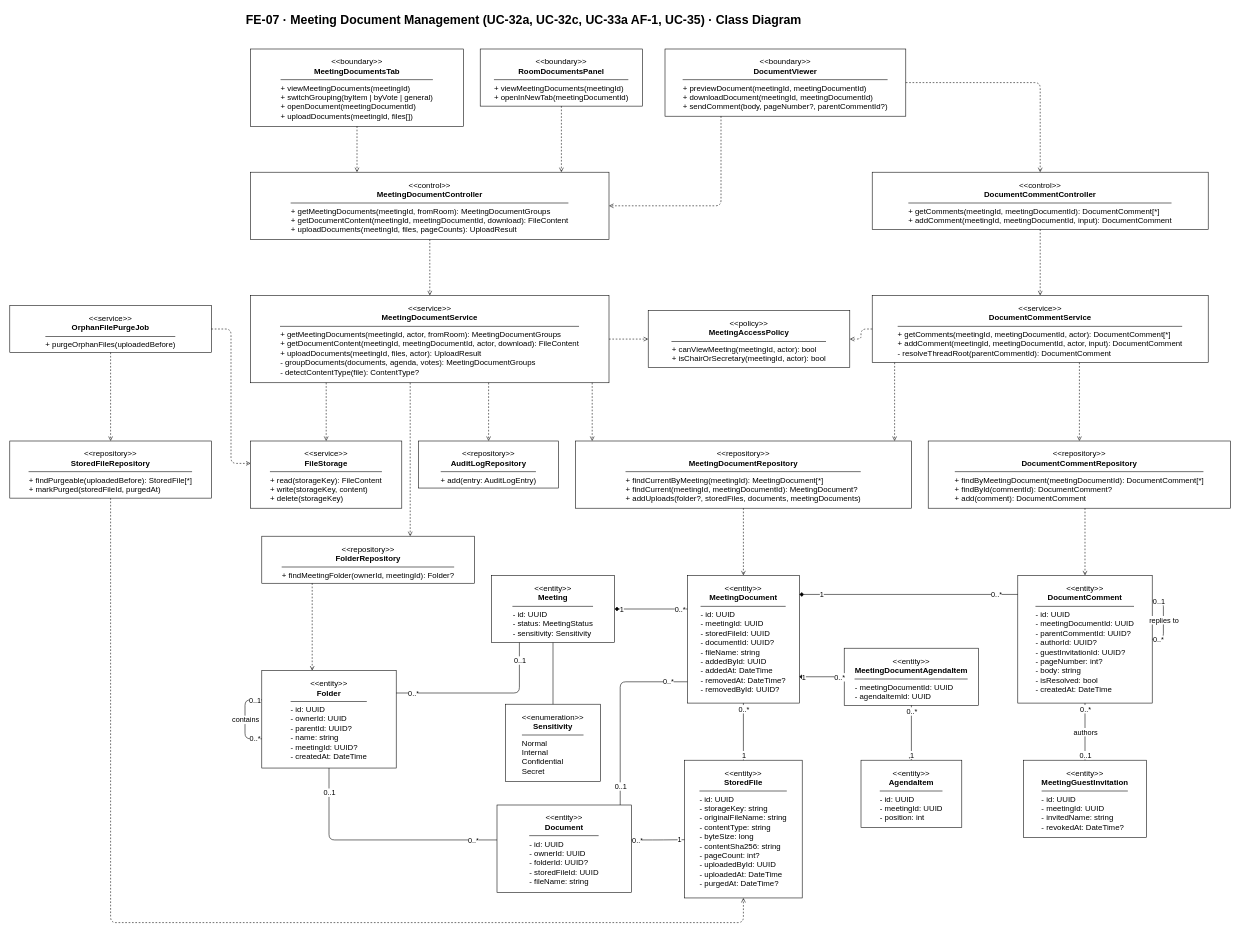
Earlier version of the draw.io diagram docs/07-classdiagram/feature-07-document-management-class-diagram.drawio (callmehai/FU-FA26-G116). Source tidied: cells renumbered, new cells numbered last; positions are measured from the earlier drawing's top-left corner, leaving out a move shared by most shapes. Both pictures are drawn from the tidied source at 56%, with x=0, y=0 at pixel (10, 10).
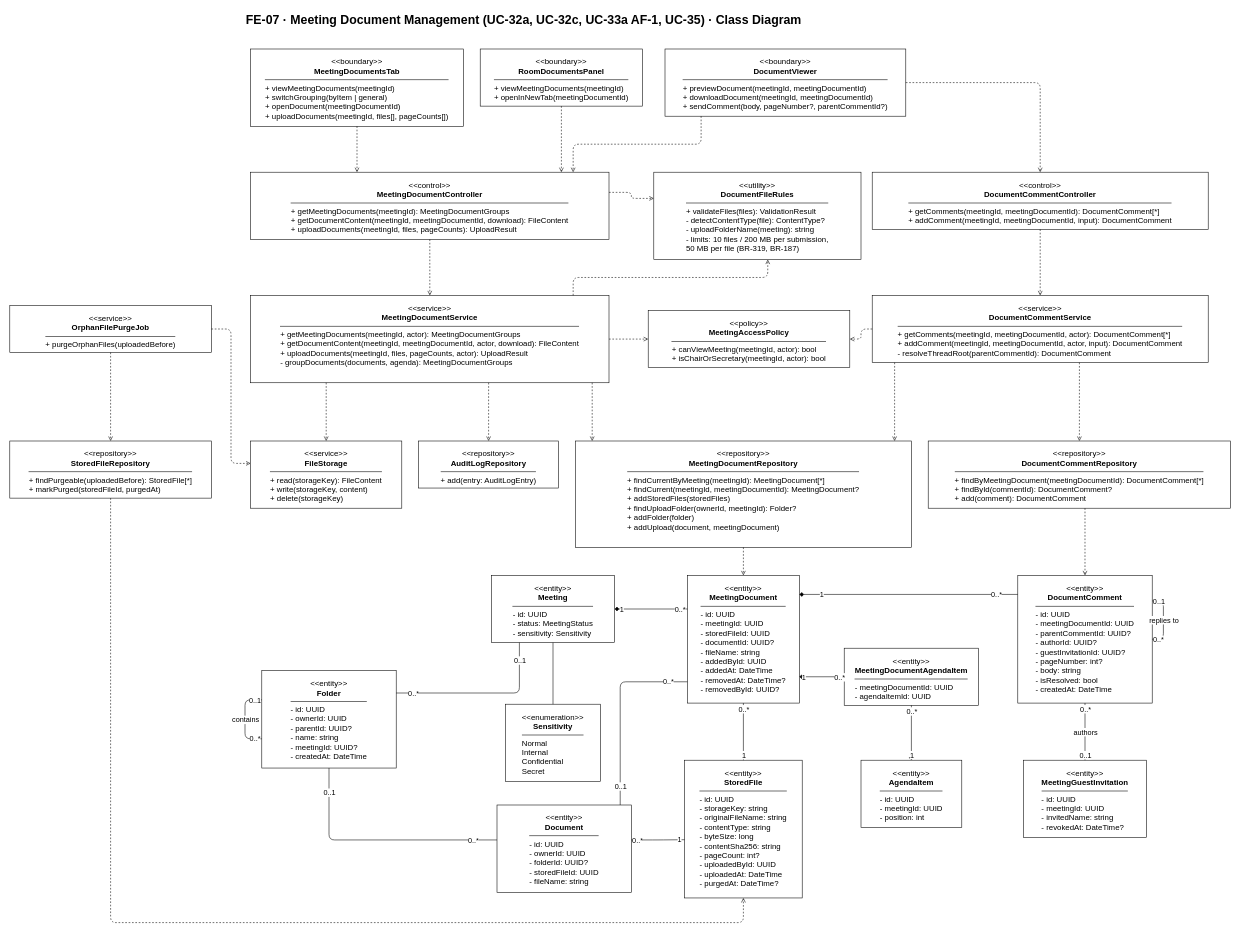
The same page after the edit.

Unchanged cells that the change refers to:
```xml
<mxCell id="5" value="&lt;div style=&quot;text-align:center&quot;&gt;&amp;lt;&amp;lt;boundary&amp;gt;&amp;gt;&lt;br&gt;&lt;b&gt;DocumentViewer&lt;/b&gt;&lt;/div&gt;&lt;hr style=&quot;width:100%;height:0;border:0;border-top:1px solid #000000;margin:6px 0;&quot;&gt;&lt;div style=&quot;text-align:left&quot;&gt;+ previewDocument(meetingId, meetingDocumentId)&lt;br&gt;+ downloadDocument(meetingId, meetingDocumentId)&lt;br&gt;+ sendComment(body, pageNumber?, parentCommentId?)&lt;/div&gt;" style="rounded=0;whiteSpace=wrap;html=1;fillColor=#ffffff;strokeColor=#000000;align=center;verticalAlign=top;spacingTop=8;spacingLeft=6;spacingRight=6;fontSize=14;" parent="1" vertex="1">
  <mxGeometry x="1170" y="70" width="430" height="120" as="geometry" />
</mxCell>
<mxCell id="63" value="&lt;div style=&quot;text-align:center&quot;&gt;&amp;lt;&amp;lt;entity&amp;gt;&amp;gt;&lt;br&gt;&lt;b&gt;Folder&lt;/b&gt;&lt;/div&gt;&lt;hr style=&quot;width:100%;height:0;border:0;border-top:1px solid #000000;margin:6px 0;&quot;&gt;&lt;div style=&quot;text-align:left&quot;&gt;- id: UUID&lt;br&gt;- ownerId: UUID&lt;br&gt;- parentId: UUID?&lt;br&gt;- name: string&lt;br&gt;- meetingId: UUID?&lt;br&gt;- createdAt: DateTime&lt;/div&gt;" style="rounded=0;whiteSpace=wrap;html=1;fillColor=#ffffff;strokeColor=#000000;align=center;verticalAlign=top;spacingTop=8;spacingLeft=6;spacingRight=6;fontSize=14;" parent="1" vertex="1">
  <mxGeometry x="450" y="1180" width="240" height="174" as="geometry" />
</mxCell>
```

What changed in the source:
```diff
@@
-    <mxCell id="3" value="&lt;div style=&quot;text-align:center&quot;&gt;&amp;lt;&amp;lt;boundary&amp;gt;&amp;gt;&lt;br&gt;&lt;b&gt;MeetingDocumentsTab&lt;/b&gt;&lt;/div&gt;&lt;hr style=&quot;width:100%;height:0;border:0;border-top:1px solid #000000;margin:6px 0;&quot;&gt;&lt;div style=&quot;text-align:left&quot;&gt;+ viewMeetingDocuments(meetingId)&lt;br&gt;+ switchGrouping(byItem | byVote | general)&lt;br&gt;+ openDocument(meetingDocumentId)&lt;br&gt;+ uploadDocuments(meetingId, files[])&lt;/div&gt;" style="rounded=0;whiteSpace=wrap;html=1;fillColor=#ffffff;strokeColor=#000000;align=center;verticalAlign=top;spacingTop=8;spacingLeft=6;spacingRight=6;fontSize=14;" parent="1" vertex="1">
+    <mxCell id="3" value="&lt;div style=&quot;text-align:center&quot;&gt;&amp;lt;&amp;lt;boundary&amp;gt;&amp;gt;&lt;br&gt;&lt;b&gt;MeetingDocumentsTab&lt;/b&gt;&lt;/div&gt;&lt;hr style=&quot;width:100%;height:0;border:0;border-top:1px solid #000000;margin:6px 0;&quot;&gt;&lt;div style=&quot;text-align:left&quot;&gt;+ viewMeetingDocuments(meetingId)&lt;br&gt;+ switchGrouping(byItem | general)&lt;br&gt;+ openDocument(meetingDocumentId)&lt;br&gt;+ uploadDocuments(meetingId, files[], pageCounts[])&lt;/div&gt;" style="rounded=0;whiteSpace=wrap;html=1;fillColor=#ffffff;strokeColor=#000000;align=center;verticalAlign=top;spacingTop=8;spacingLeft=6;spacingRight=6;fontSize=14;" parent="1" vertex="1">
       <mxGeometry x="430" y="70" width="380" height="138" as="geometry" />
     </mxCell>
@@
-    <mxCell id="6" value="&lt;div style=&quot;text-align:center&quot;&gt;&amp;lt;&amp;lt;control&amp;gt;&amp;gt;&lt;br&gt;&lt;b&gt;MeetingDocumentController&lt;/b&gt;&lt;/div&gt;&lt;hr style=&quot;width:100%;height:0;border:0;border-top:1px solid #000000;margin:6px 0;&quot;&gt;&lt;div style=&quot;text-align:left&quot;&gt;+ getMeetingDocuments(meetingId, fromRoom): MeetingDocumentGroups&lt;br&gt;+ getDocumentContent(meetingId, meetingDocumentId, download): FileContent&lt;br&gt;+ uploadDocuments(meetingId, files, pageCounts): UploadResult&lt;/div&gt;" style="rounded=0;whiteSpace=wrap;html=1;fillColor=#ffffff;strokeColor=#000000;align=center;verticalAlign=top;spacingTop=8;spacingLeft=6;spacingRight=6;fontSize=14;" parent="1" vertex="1">
+    <mxCell id="6" value="&lt;div style=&quot;text-align:center&quot;&gt;&amp;lt;&amp;lt;control&amp;gt;&amp;gt;&lt;br&gt;&lt;b&gt;MeetingDocumentController&lt;/b&gt;&lt;/div&gt;&lt;hr style=&quot;width:100%;height:0;border:0;border-top:1px solid #000000;margin:6px 0;&quot;&gt;&lt;div style=&quot;text-align:left&quot;&gt;+ getMeetingDocuments(meetingId): MeetingDocumentGroups&lt;br&gt;+ getDocumentContent(meetingId, meetingDocumentId, download): FileContent&lt;br&gt;+ uploadDocuments(meetingId, files, pageCounts): UploadResult&lt;/div&gt;" style="rounded=0;whiteSpace=wrap;html=1;fillColor=#ffffff;strokeColor=#000000;align=center;verticalAlign=top;spacingTop=8;spacingLeft=6;spacingRight=6;fontSize=14;" parent="1" vertex="1">
       <mxGeometry x="430" y="290" width="640" height="120" as="geometry" />
     </mxCell>
@@
-    <mxCell id="8" value="&lt;div style=&quot;text-align:center&quot;&gt;&amp;lt;&amp;lt;service&amp;gt;&amp;gt;&lt;br&gt;&lt;b&gt;MeetingDocumentService&lt;/b&gt;&lt;/div&gt;&lt;hr style=&quot;width:100%;height:0;border:0;border-top:1px solid #000000;margin:6px 0;&quot;&gt;&lt;div style=&quot;text-align:left&quot;&gt;+ getMeetingDocuments(meetingId, actor, fromRoom): MeetingDocumentGroups&lt;br&gt;+ getDocumentContent(meetingId, meetingDocumentId, actor, download): FileContent&lt;br&gt;+ uploadDocuments(meetingId, files, actor): UploadResult&lt;br&gt;- groupDocuments(documents, agenda, votes): MeetingDocumentGroups&lt;br&gt;- detectContentType(file): ContentType?&lt;/div&gt;" style="rounded=0;whiteSpace=wrap;html=1;fillColor=#ffffff;strokeColor=#000000;align=center;verticalAlign=top;spacingTop=8;spacingLeft=6;spacingRight=6;fontSize=14;" parent="1" vertex="1">
+    <mxCell id="8" value="&lt;div style=&quot;text-align:center&quot;&gt;&amp;lt;&amp;lt;service&amp;gt;&amp;gt;&lt;br&gt;&lt;b&gt;MeetingDocumentService&lt;/b&gt;&lt;/div&gt;&lt;hr style=&quot;width:100%;height:0;border:0;border-top:1px solid #000000;margin:6px 0;&quot;&gt;&lt;div style=&quot;text-align:left&quot;&gt;+ getMeetingDocuments(meetingId, actor): MeetingDocumentGroups&lt;br&gt;+ getDocumentContent(meetingId, meetingDocumentId, actor, download): FileContent&lt;br&gt;+ uploadDocuments(meetingId, files, pageCounts, actor): UploadResult&lt;br&gt;- groupDocuments(documents, agenda): MeetingDocumentGroups&lt;/div&gt;" style="rounded=0;whiteSpace=wrap;html=1;fillColor=#ffffff;strokeColor=#000000;align=center;verticalAlign=top;spacingTop=8;spacingLeft=6;spacingRight=6;fontSize=14;" parent="1" vertex="1">
       <mxGeometry x="430" y="510" width="640" height="156" as="geometry" />
     </mxCell>
@@
-    <mxCell id="13" value="&lt;div style=&quot;text-align:center&quot;&gt;&amp;lt;&amp;lt;repository&amp;gt;&amp;gt;&lt;br&gt;&lt;b&gt;MeetingDocumentRepository&lt;/b&gt;&lt;/div&gt;&lt;hr style=&quot;width:100%;height:0;border:0;border-top:1px solid #000000;margin:6px 0;&quot;&gt;&lt;div style=&quot;text-align:left&quot;&gt;+ findCurrentByMeeting(meetingId): MeetingDocument[*]&lt;br&gt;+ findCurrent(meetingId, meetingDocumentId): MeetingDocument?&lt;br&gt;+ addUploads(folder?, storedFiles, documents, meetingDocuments)&lt;/div&gt;" style="rounded=0;whiteSpace=wrap;html=1;fillColor=#ffffff;strokeColor=#000000;align=center;verticalAlign=top;spacingTop=8;spacingLeft=6;spacingRight=6;fontSize=14;" parent="1" vertex="1">
-      <mxGeometry x="1010" y="770" width="600" height="120" as="geometry" />
+    <mxCell id="13" value="&lt;div style=&quot;text-align:center&quot;&gt;&amp;lt;&amp;lt;repository&amp;gt;&amp;gt;&lt;br&gt;&lt;b&gt;MeetingDocumentRepository&lt;/b&gt;&lt;/div&gt;&lt;hr style=&quot;width:100%;height:0;border:0;border-top:1px solid #000000;margin:6px 0;&quot;&gt;&lt;div style=&quot;text-align:left&quot;&gt;+ findCurrentByMeeting(meetingId): MeetingDocument[*]&lt;br&gt;+ findCurrent(meetingId, meetingDocumentId): MeetingDocument?&lt;br&gt;+ addStoredFiles(storedFiles)&lt;br&gt;+ findUploadFolder(ownerId, meetingId): Folder?&lt;br&gt;+ addFolder(folder)&lt;br&gt;+ addUpload(document, meetingDocument)&lt;/div&gt;" style="rounded=0;whiteSpace=wrap;html=1;fillColor=#ffffff;strokeColor=#000000;align=center;verticalAlign=top;spacingTop=8;spacingLeft=6;spacingRight=6;fontSize=14;" parent="1" vertex="1">
+      <mxGeometry x="1010" y="770" width="600" height="190" as="geometry" />
     </mxCell>
@@
-    <mxCell id="25" style="edgeStyle=orthogonalEdgeStyle;rounded=1;jettySize=auto;html=1;dashed=1;endArrow=open;exitX=0.2326;exitY=1;entryX=1;entryY=0.5;" parent="1" edge="1" source="5" target="6">
+    <mxCell id="25" style="edgeStyle=orthogonalEdgeStyle;rounded=1;jettySize=auto;html=1;dashed=1;endArrow=open;exitX=0.15;exitY=1;entryX=0.9;entryY=0;" parent="1" edge="1" source="5" target="6">
       <mxGeometry relative="1" as="geometry" />
     </mxCell>
@@
-    <mxCell id="62" value="&lt;div style=&quot;text-align:center&quot;&gt;&amp;lt;&amp;lt;repository&amp;gt;&amp;gt;&lt;br&gt;&lt;b&gt;FolderRepository&lt;/b&gt;&lt;/div&gt;&lt;hr style=&quot;width:100%;height:0;border:0;border-top:1px solid #000000;margin:6px 0;&quot;&gt;&lt;div style=&quot;text-align:left&quot;&gt;+ findMeetingFolder(ownerId, meetingId): Folder?&lt;/div&gt;" style="rounded=0;whiteSpace=wrap;html=1;fillColor=#ffffff;strokeColor=#000000;align=center;verticalAlign=top;spacingTop=8;spacingLeft=6;spacingRight=6;fontSize=14;" parent="1" vertex="1">
-      <mxGeometry x="450" y="940" width="380" height="84" as="geometry" />
-    </mxCell>
@@
-    <mxCell id="67" style="edgeStyle=orthogonalEdgeStyle;rounded=1;jettySize=auto;html=1;dashed=1;endArrow=open;exitX=0.4453;exitY=1;entryX=0.6974;entryY=0;" parent="1" edge="1" source="8" target="62">
-      <mxGeometry relative="1" as="geometry" />
-    </mxCell>
-    <mxCell id="68" style="edgeStyle=orthogonalEdgeStyle;rounded=1;jettySize=auto;html=1;dashed=1;endArrow=open;exitX=0.2368;exitY=1;entryX=0.375;entryY=0;" parent="1" edge="1" source="62" target="63">
-      <mxGeometry relative="1" as="geometry" />
-    </mxCell>
@@
+    <mxCell id="88" value="&lt;div style=&quot;text-align:center&quot;&gt;&amp;lt;&amp;lt;utility&amp;gt;&amp;gt;&lt;br&gt;&lt;b&gt;DocumentFileRules&lt;/b&gt;&lt;/div&gt;&lt;hr style=&quot;width:100%;height:0;border:0;border-top:1px solid #000000;margin:6px 0;&quot;&gt;&lt;div style=&quot;text-align:left&quot;&gt;+ validateFiles(files): ValidationResult&lt;br&gt;- detectContentType(file): ContentType?&lt;br&gt;- uploadFolderName(meeting): string&lt;br&gt;- limits: 10 files / 200 MB per submission,&lt;br&gt;50 MB per file (BR-319, BR-187)&lt;/div&gt;" style="rounded=0;whiteSpace=wrap;html=1;fillColor=#ffffff;strokeColor=#000000;align=center;verticalAlign=top;spacingTop=8;spacingLeft=6;spacingRight=6;fontSize=14;" parent="1" vertex="1">
+      <mxGeometry x="1150" y="290" width="370" height="156" as="geometry" />
+    </mxCell>
+    <mxCell id="89" style="edgeStyle=orthogonalEdgeStyle;rounded=1;jettySize=auto;html=1;dashed=1;endArrow=open;exitX=0.9;exitY=0;entryX=0.55;entryY=1;" parent="1" edge="1" source="8" target="88">
+      <mxGeometry relative="1" as="geometry" />
+    </mxCell>
+    <mxCell id="90" style="edgeStyle=orthogonalEdgeStyle;rounded=1;jettySize=auto;html=1;dashed=1;endArrow=open;exitX=1;exitY=0.3;entryX=0;entryY=0.3;" parent="1" edge="1" source="6" target="88">
+      <mxGeometry relative="1" as="geometry" />
+    </mxCell>
```
